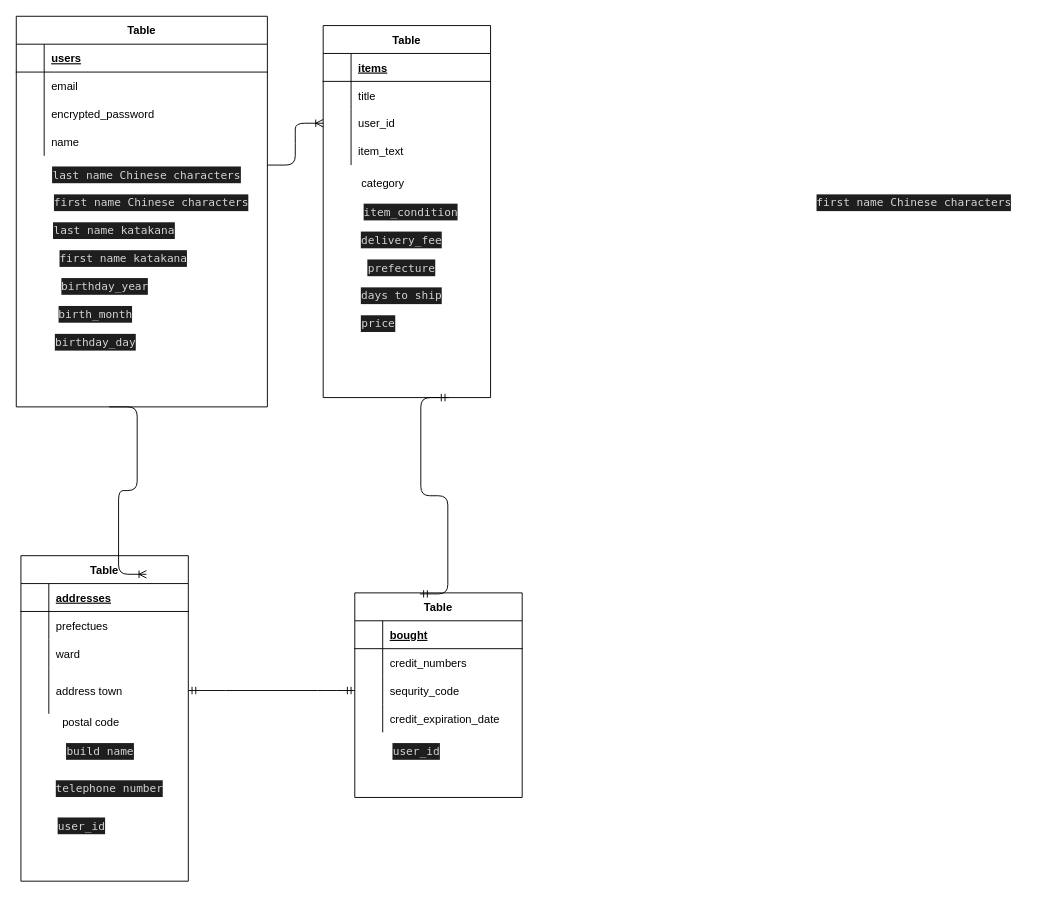
Before: test.dio in maepu/furima-36376, a draw.io diagram. Source tidied: cells renumbered, new cells numbered last; positions are measured from the earlier drawing's top-left corner, leaving out a move shared by most shapes. Both pictures are drawn from the tidied source at 93%, with x=0, y=0 at pixel (16, 16).
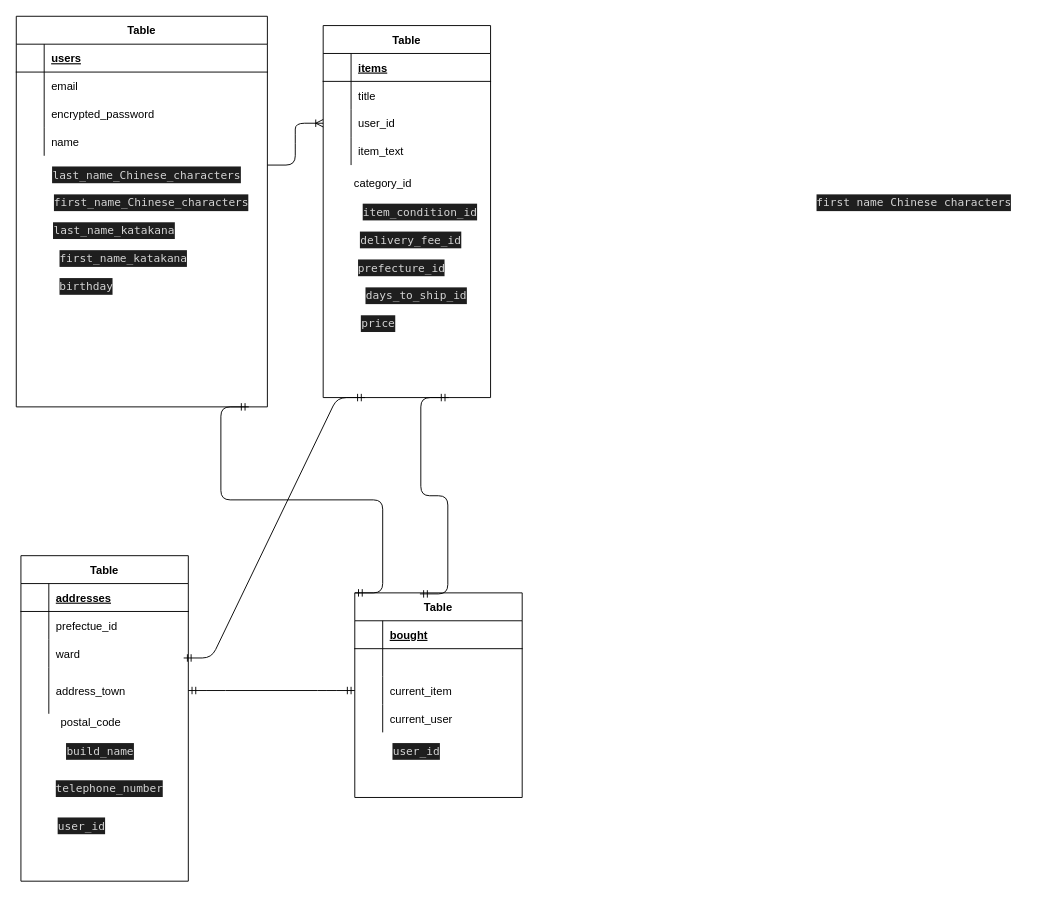
After the change.

Commit message (it also covers changes not shown here):
ER図とREADME 修正①

The change refers to these unchanged cells:
```xml
<mxCell id="15" value="Table" style="shape=table;startSize=30;childLayout=tableLayout;rowLines=0;fontStyle=1;align=center;" parent="1" vertex="1">
  <mxGeometry x="330" y="10" width="180" height="400" as="geometry" />
</mxCell>
<mxCell id="32" style="shape=partialRectangle;fillColor=none;top=0;left=0;bottom=0;right=0;" parent="28" vertex="1">
  <mxGeometry y="60" width="180" height="30" as="geometry" />
</mxCell>
<mxCell id="38" style="shape=partialRectangle;fillColor=none;top=0;left=0;bottom=0;right=0;points=[[0,0.5],[1,0.5]];portConstraint=eastwest;" parent="28" vertex="1">
  <mxGeometry y="120" width="180" height="50" as="geometry" />
</mxCell>
<mxCell id="41" value="Table" style="shape=table;startSize=30;childLayout=tableLayout;rowLines=0;fontStyle=1;align=center;" parent="1" vertex="1">
  <mxGeometry x="364" y="620" width="180" height="220" as="geometry" />
</mxCell>
<mxCell id="45" style="shape=partialRectangle;fillColor=none;top=0;left=0;bottom=0;right=0;" parent="41" vertex="1">
  <mxGeometry y="60" width="180" height="30" as="geometry" />
</mxCell>
<mxCell id="48" style="shape=partialRectangle;fillColor=none;top=0;left=0;bottom=0;right=0;points=[[0,0.5],[1,0.5]];portConstraint=eastwest;" parent="41" vertex="1">
  <mxGeometry y="90" width="180" height="30" as="geometry" />
</mxCell>
<mxCell id="51" style="shape=partialRectangle;fillColor=none;top=0;left=0;bottom=0;right=0;" parent="41" vertex="1">
  <mxGeometry y="120" width="180" height="30" as="geometry" />
</mxCell>
```

Diff of the diagram source:
```diff
@@
-    <mxCell id="34" value="prefectues" style="shape=partialRectangle;fillColor=none;top=0;left=0;bottom=0;right=0;align=left;spacingLeft=6;overflow=hidden;" parent="32" vertex="1">
+    <mxCell id="34" value="prefectue_id" style="shape=partialRectangle;fillColor=none;top=0;left=0;bottom=0;right=0;align=left;spacingLeft=6;overflow=hidden;" parent="32" vertex="1">
       <mxGeometry x="30" width="150" height="30" as="geometry" />
     </mxCell>
@@
-    <mxCell id="40" value="address town" style="shape=partialRectangle;fillColor=none;top=0;left=0;bottom=0;right=0;align=left;spacingLeft=6;overflow=hidden;" parent="38" vertex="1">
+    <mxCell id="40" value="address_town" style="shape=partialRectangle;fillColor=none;top=0;left=0;bottom=0;right=0;align=left;spacingLeft=6;overflow=hidden;" parent="38" vertex="1">
       <mxGeometry x="30" width="150" height="50" as="geometry" />
     </mxCell>
@@
-    <mxCell id="47" value="credit_numbers" style="shape=partialRectangle;fillColor=none;top=0;left=0;bottom=0;right=0;align=left;spacingLeft=6;overflow=hidden;" parent="45" vertex="1">
+    <mxCell id="47" style="shape=partialRectangle;fillColor=none;top=0;left=0;bottom=0;right=0;align=left;spacingLeft=6;overflow=hidden;" parent="45" vertex="1">
       <mxGeometry x="30" width="150" height="30" as="geometry" />
     </mxCell>
@@
-    <mxCell id="50" value="sequrity_code" style="shape=partialRectangle;fillColor=none;top=0;left=0;bottom=0;right=0;align=left;spacingLeft=6;overflow=hidden;" parent="48" vertex="1">
+    <mxCell id="50" value="current_item" style="shape=partialRectangle;fillColor=none;top=0;left=0;bottom=0;right=0;align=left;spacingLeft=6;overflow=hidden;" parent="48" vertex="1">
       <mxGeometry x="30" width="150" height="30" as="geometry" />
     </mxCell>
@@
-    <mxCell id="53" value="credit_expiration_date" style="shape=partialRectangle;fillColor=none;top=0;left=0;bottom=0;right=0;align=left;spacingLeft=6;overflow=hidden;" parent="51" vertex="1">
+    <mxCell id="53" value="current_user" style="shape=partialRectangle;fillColor=none;top=0;left=0;bottom=0;right=0;align=left;spacingLeft=6;overflow=hidden;" parent="51" vertex="1">
       <mxGeometry x="30" width="150" height="30" as="geometry" />
     </mxCell>
-    <mxCell id="54" value="postal code&lt;br&gt;" style="text;html=1;align=center;verticalAlign=middle;strokeColor=none;" parent="1" vertex="1">
+    <mxCell id="54" value="postal_code" style="text;html=1;align=center;verticalAlign=middle;strokeColor=none;" parent="1" vertex="1">
       <mxGeometry x="40" y="750" width="80" height="20" as="geometry" />
     </mxCell>
@@
-    <mxCell id="56" style="edgeStyle=entityRelationEdgeStyle;fontSize=12;html=1;endArrow=ERoneToMany;" parent="1" edge="1">
-      <mxGeometry relative="1" as="geometry">
-        <mxPoint x="100" y="420" as="sourcePoint" />
-        <mxPoint x="140" y="600" as="targetPoint" />
-      </mxGeometry>
-    </mxCell>
@@
-    <mxCell id="59" value="&lt;div style=&quot;color: rgb(212 , 212 , 212) ; background-color: rgb(30 , 30 , 30) ; font-family: &amp;#34;menlo&amp;#34; , &amp;#34;monaco&amp;#34; , &amp;#34;courier new&amp;#34; , monospace ; line-height: 18px&quot;&gt;last name Chinese characters&lt;/div&gt;" style="text;html=1;align=center;verticalAlign=middle;strokeColor=none;" parent="1" vertex="1">
+    <mxCell id="59" value="&lt;div style=&quot;color: rgb(212 , 212 , 212) ; background-color: rgb(30 , 30 , 30) ; font-family: &amp;#34;menlo&amp;#34; , &amp;#34;monaco&amp;#34; , &amp;#34;courier new&amp;#34; , monospace ; line-height: 18px&quot;&gt;last_name_Chinese_characters&lt;/div&gt;" style="text;html=1;align=center;verticalAlign=middle;strokeColor=none;" parent="1" vertex="1">
       <mxGeometry x="30" y="160" width="220" height="20" as="geometry" />
     </mxCell>
@@
-    <mxCell id="61" value="&lt;div style=&quot;color: rgb(212 , 212 , 212) ; background-color: rgb(30 , 30 , 30) ; font-family: &amp;#34;menlo&amp;#34; , &amp;#34;monaco&amp;#34; , &amp;#34;courier new&amp;#34; , monospace ; line-height: 18px&quot;&gt;first name Chinese characters&lt;/div&gt;" style="text;html=1;align=center;verticalAlign=middle;strokeColor=none;" parent="1" vertex="1">
+    <mxCell id="61" value="&lt;div style=&quot;color: rgb(212 , 212 , 212) ; background-color: rgb(30 , 30 , 30) ; font-family: &amp;#34;menlo&amp;#34; , &amp;#34;monaco&amp;#34; , &amp;#34;courier new&amp;#34; , monospace ; line-height: 18px&quot;&gt;first_name_Chinese_characters&lt;/div&gt;" style="text;html=1;align=center;verticalAlign=middle;strokeColor=none;" parent="1" vertex="1">
       <mxGeometry x="30" y="190" width="230" height="20" as="geometry" />
     </mxCell>
-    <mxCell id="62" value="&lt;div style=&quot;color: rgb(212 , 212 , 212) ; background-color: rgb(30 , 30 , 30) ; font-family: &amp;#34;menlo&amp;#34; , &amp;#34;monaco&amp;#34; , &amp;#34;courier new&amp;#34; , monospace ; line-height: 18px&quot;&gt;last name katakana&lt;/div&gt;" style="text;html=1;align=center;verticalAlign=middle;strokeColor=none;" parent="1" vertex="1">
+    <mxCell id="62" value="&lt;div style=&quot;color: rgb(212 , 212 , 212) ; background-color: rgb(30 , 30 , 30) ; font-family: &amp;#34;menlo&amp;#34; , &amp;#34;monaco&amp;#34; , &amp;#34;courier new&amp;#34; , monospace ; line-height: 18px&quot;&gt;last_name_katakana&lt;/div&gt;" style="text;html=1;align=center;verticalAlign=middle;strokeColor=none;" parent="1" vertex="1">
       <mxGeometry x="30" y="220" width="150" height="20" as="geometry" />
     </mxCell>
-    <mxCell id="63" value="&lt;div style=&quot;color: rgb(212 , 212 , 212) ; background-color: rgb(30 , 30 , 30) ; font-family: &amp;#34;menlo&amp;#34; , &amp;#34;monaco&amp;#34; , &amp;#34;courier new&amp;#34; , monospace ; line-height: 18px&quot;&gt;first name katakana&lt;/div&gt;" style="text;html=1;align=center;verticalAlign=middle;strokeColor=none;" parent="1" vertex="1">
+    <mxCell id="63" value="&lt;div style=&quot;color: rgb(212 , 212 , 212) ; background-color: rgb(30 , 30 , 30) ; font-family: &amp;#34;menlo&amp;#34; , &amp;#34;monaco&amp;#34; , &amp;#34;courier new&amp;#34; , monospace ; line-height: 18px&quot;&gt;first_name_katakana&lt;/div&gt;" style="text;html=1;align=center;verticalAlign=middle;strokeColor=none;" parent="1" vertex="1">
       <mxGeometry x="40" y="250" width="150" height="20" as="geometry" />
     </mxCell>
-    <mxCell id="64" value="&lt;div style=&quot;color: rgb(212 , 212 , 212) ; background-color: rgb(30 , 30 , 30) ; font-family: &amp;#34;menlo&amp;#34; , &amp;#34;monaco&amp;#34; , &amp;#34;courier new&amp;#34; , monospace ; line-height: 18px&quot;&gt;birthday_year&lt;/div&gt;" style="text;html=1;align=center;verticalAlign=middle;strokeColor=none;" parent="1" vertex="1">
-      <mxGeometry x="40" y="280" width="110" height="20" as="geometry" />
+    <mxCell id="64" value="&lt;div style=&quot;color: rgb(212 , 212 , 212) ; background-color: rgb(30 , 30 , 30) ; font-family: &amp;#34;menlo&amp;#34; , &amp;#34;monaco&amp;#34; , &amp;#34;courier new&amp;#34; , monospace ; line-height: 18px&quot;&gt;&lt;br&gt;&lt;/div&gt;" style="text;html=1;align=center;verticalAlign=middle;strokeColor=none;" parent="1" vertex="1">
+      <mxGeometry x="85" y="280" width="20" height="20" as="geometry" />
     </mxCell>
-    <mxCell id="65" value="&lt;div style=&quot;color: rgb(212 , 212 , 212) ; background-color: rgb(30 , 30 , 30) ; font-family: &amp;#34;menlo&amp;#34; , &amp;#34;monaco&amp;#34; , &amp;#34;courier new&amp;#34; , monospace ; line-height: 18px&quot;&gt;birth_month&lt;/div&gt;" style="text;html=1;align=center;verticalAlign=middle;strokeColor=none;" parent="1" vertex="1">
-      <mxGeometry x="40" y="310" width="90" height="20" as="geometry" />
+    <mxCell id="65" value="&lt;div style=&quot;color: rgb(212 , 212 , 212) ; background-color: rgb(30 , 30 , 30) ; font-family: &amp;#34;menlo&amp;#34; , &amp;#34;monaco&amp;#34; , &amp;#34;courier new&amp;#34; , monospace ; line-height: 18px&quot;&gt;&lt;br&gt;&lt;/div&gt;" style="text;html=1;align=center;verticalAlign=middle;strokeColor=none;" parent="1" vertex="1">
+      <mxGeometry x="75" y="310" width="20" height="20" as="geometry" />
     </mxCell>
-    <mxCell id="66" value="&lt;div style=&quot;color: rgb(212 , 212 , 212) ; background-color: rgb(30 , 30 , 30) ; font-family: &amp;#34;menlo&amp;#34; , &amp;#34;monaco&amp;#34; , &amp;#34;courier new&amp;#34; , monospace ; line-height: 18px&quot;&gt;birthday_day&lt;/div&gt;" style="text;html=1;align=center;verticalAlign=middle;strokeColor=none;" parent="1" vertex="1">
-      <mxGeometry x="35" y="340" width="100" height="20" as="geometry" />
+    <mxCell id="66" value="&lt;div style=&quot;color: rgb(212 , 212 , 212) ; background-color: rgb(30 , 30 , 30) ; font-family: &amp;#34;menlo&amp;#34; , &amp;#34;monaco&amp;#34; , &amp;#34;courier new&amp;#34; , monospace ; line-height: 18px&quot;&gt;birthday&lt;/div&gt;" style="text;html=1;align=center;verticalAlign=middle;strokeColor=none;" parent="1" vertex="1">
+      <mxGeometry x="40" y="280" width="70" height="20" as="geometry" />
     </mxCell>
-    <mxCell id="67" value="category" style="text;html=1;align=center;verticalAlign=middle;strokeColor=none;" parent="1" vertex="1">
-      <mxGeometry x="364" y="170" width="60" height="20" as="geometry" />
+    <mxCell id="67" value="category_id" style="text;html=1;align=center;verticalAlign=middle;strokeColor=none;" parent="1" vertex="1">
+      <mxGeometry x="354" y="170" width="80" height="20" as="geometry" />
     </mxCell>
-    <mxCell id="68" value="&lt;div style=&quot;color: rgb(212 , 212 , 212) ; background-color: rgb(30 , 30 , 30) ; font-family: &amp;#34;menlo&amp;#34; , &amp;#34;monaco&amp;#34; , &amp;#34;courier new&amp;#34; , monospace ; line-height: 18px&quot;&gt;item_condition&lt;/div&gt;" style="text;html=1;align=center;verticalAlign=middle;strokeColor=none;" parent="1" vertex="1">
-      <mxGeometry x="364" y="200" width="120" height="20" as="geometry" />
+    <mxCell id="68" value="&lt;div style=&quot;color: rgb(212 , 212 , 212) ; background-color: rgb(30 , 30 , 30) ; font-family: &amp;#34;menlo&amp;#34; , &amp;#34;monaco&amp;#34; , &amp;#34;courier new&amp;#34; , monospace ; line-height: 18px&quot;&gt;item_condition_id&lt;/div&gt;" style="text;html=1;align=center;verticalAlign=middle;strokeColor=none;" parent="1" vertex="1">
+      <mxGeometry x="364" y="200" width="140" height="20" as="geometry" />
     </mxCell>
-    <mxCell id="69" value="&lt;div style=&quot;color: rgb(212 , 212 , 212) ; background-color: rgb(30 , 30 , 30) ; font-family: &amp;#34;menlo&amp;#34; , &amp;#34;monaco&amp;#34; , &amp;#34;courier new&amp;#34; , monospace ; line-height: 18px&quot;&gt;delivery_fee&lt;/div&gt;" style="text;html=1;align=center;verticalAlign=middle;strokeColor=none;" parent="1" vertex="1">
-      <mxGeometry x="364" y="230" width="100" height="20" as="geometry" />
+    <mxCell id="69" value="&lt;div style=&quot;color: rgb(212 , 212 , 212) ; background-color: rgb(30 , 30 , 30) ; font-family: &amp;#34;menlo&amp;#34; , &amp;#34;monaco&amp;#34; , &amp;#34;courier new&amp;#34; , monospace ; line-height: 18px&quot;&gt;delivery_fee_id&lt;/div&gt;" style="text;html=1;align=center;verticalAlign=middle;strokeColor=none;" parent="1" vertex="1">
+      <mxGeometry x="364" y="230" width="120" height="20" as="geometry" />
     </mxCell>
-    <mxCell id="70" value="&lt;div style=&quot;color: rgb(212 , 212 , 212) ; background-color: rgb(30 , 30 , 30) ; font-family: &amp;#34;menlo&amp;#34; , &amp;#34;monaco&amp;#34; , &amp;#34;courier new&amp;#34; , monospace ; line-height: 18px&quot;&gt;prefecture&lt;/div&gt;" style="text;html=1;align=center;verticalAlign=middle;strokeColor=none;" parent="1" vertex="1">
-      <mxGeometry x="369" y="260" width="90" height="20" as="geometry" />
+    <mxCell id="70" value="&lt;div style=&quot;color: rgb(212 , 212 , 212) ; background-color: rgb(30 , 30 , 30) ; font-family: &amp;#34;menlo&amp;#34; , &amp;#34;monaco&amp;#34; , &amp;#34;courier new&amp;#34; , monospace ; line-height: 18px&quot;&gt;prefecture_id&lt;/div&gt;" style="text;html=1;align=center;verticalAlign=middle;strokeColor=none;" parent="1" vertex="1">
+      <mxGeometry x="359" y="260" width="110" height="20" as="geometry" />
     </mxCell>
-    <mxCell id="71" value="&lt;div style=&quot;color: rgb(212 , 212 , 212) ; background-color: rgb(30 , 30 , 30) ; font-family: &amp;#34;menlo&amp;#34; , &amp;#34;monaco&amp;#34; , &amp;#34;courier new&amp;#34; , monospace ; line-height: 18px&quot;&gt;days to ship&lt;/div&gt;" style="text;html=1;align=center;verticalAlign=middle;strokeColor=none;" parent="1" vertex="1">
-      <mxGeometry x="364" y="290" width="100" height="20" as="geometry" />
+    <mxCell id="71" value="&lt;div style=&quot;color: rgb(212 , 212 , 212) ; background-color: rgb(30 , 30 , 30) ; font-family: &amp;#34;menlo&amp;#34; , &amp;#34;monaco&amp;#34; , &amp;#34;courier new&amp;#34; , monospace ; line-height: 18px&quot;&gt;days_to_ship_id&lt;/div&gt;" style="text;html=1;align=center;verticalAlign=middle;strokeColor=none;" parent="1" vertex="1">
+      <mxGeometry x="370" y="290" width="120" height="20" as="geometry" />
     </mxCell>
@@
-    <mxCell id="74" value="&lt;div style=&quot;color: rgb(212 , 212 , 212) ; background-color: rgb(30 , 30 , 30) ; font-family: &amp;#34;menlo&amp;#34; , &amp;#34;monaco&amp;#34; , &amp;#34;courier new&amp;#34; , monospace ; line-height: 18px&quot;&gt;telephone number&lt;/div&gt;" style="text;html=1;align=center;verticalAlign=middle;strokeColor=none;" parent="1" vertex="1">
+    <mxCell id="74" value="&lt;div style=&quot;color: rgb(212 , 212 , 212) ; background-color: rgb(30 , 30 , 30) ; font-family: &amp;#34;menlo&amp;#34; , &amp;#34;monaco&amp;#34; , &amp;#34;courier new&amp;#34; , monospace ; line-height: 18px&quot;&gt;telephone_number&lt;/div&gt;" style="text;html=1;align=center;verticalAlign=middle;strokeColor=none;" parent="1" vertex="1">
       <mxGeometry x="35" y="820" width="130" height="20" as="geometry" />
     </mxCell>
@@
-    <mxCell id="77" value="&lt;div style=&quot;color: rgb(212 , 212 , 212) ; background-color: rgb(30 , 30 , 30) ; font-family: &amp;#34;menlo&amp;#34; , &amp;#34;monaco&amp;#34; , &amp;#34;courier new&amp;#34; , monospace ; line-height: 18px&quot;&gt;build name &lt;/div&gt;" style="text;html=1;align=center;verticalAlign=middle;strokeColor=none;" parent="1" vertex="1">
+    <mxCell id="77" value="&lt;div style=&quot;color: rgb(212 , 212 , 212) ; background-color: rgb(30 , 30 , 30) ; font-family: &amp;#34;menlo&amp;#34; , &amp;#34;monaco&amp;#34; , &amp;#34;courier new&amp;#34; , monospace ; line-height: 18px&quot;&gt;build_name &lt;/div&gt;" style="text;html=1;align=center;verticalAlign=middle;strokeColor=none;" parent="1" vertex="1">
       <mxGeometry x="45" y="780" width="90" height="20" as="geometry" />
     </mxCell>
+    <mxCell id="78" style="edgeStyle=entityRelationEdgeStyle;fontSize=12;html=1;endArrow=ERmandOne;startArrow=ERmandOne;exitX=0;exitY=0;exitDx=0;exitDy=0;" parent="1" edge="1" source="41">
+      <mxGeometry relative="1" as="geometry">
+        <mxPoint x="250" y="420" as="targetPoint" />
+      </mxGeometry>
+    </mxCell>
+    <mxCell id="79" style="edgeStyle=entityRelationEdgeStyle;fontSize=12;html=1;endArrow=ERmandOne;startArrow=ERmandOne;entryX=0.25;entryY=1;entryDx=0;entryDy=0;" parent="1" edge="1" target="15">
+      <mxGeometry relative="1" as="geometry">
+        <mxPoint x="180" y="690" as="sourcePoint" />
+      </mxGeometry>
+    </mxCell>
```
